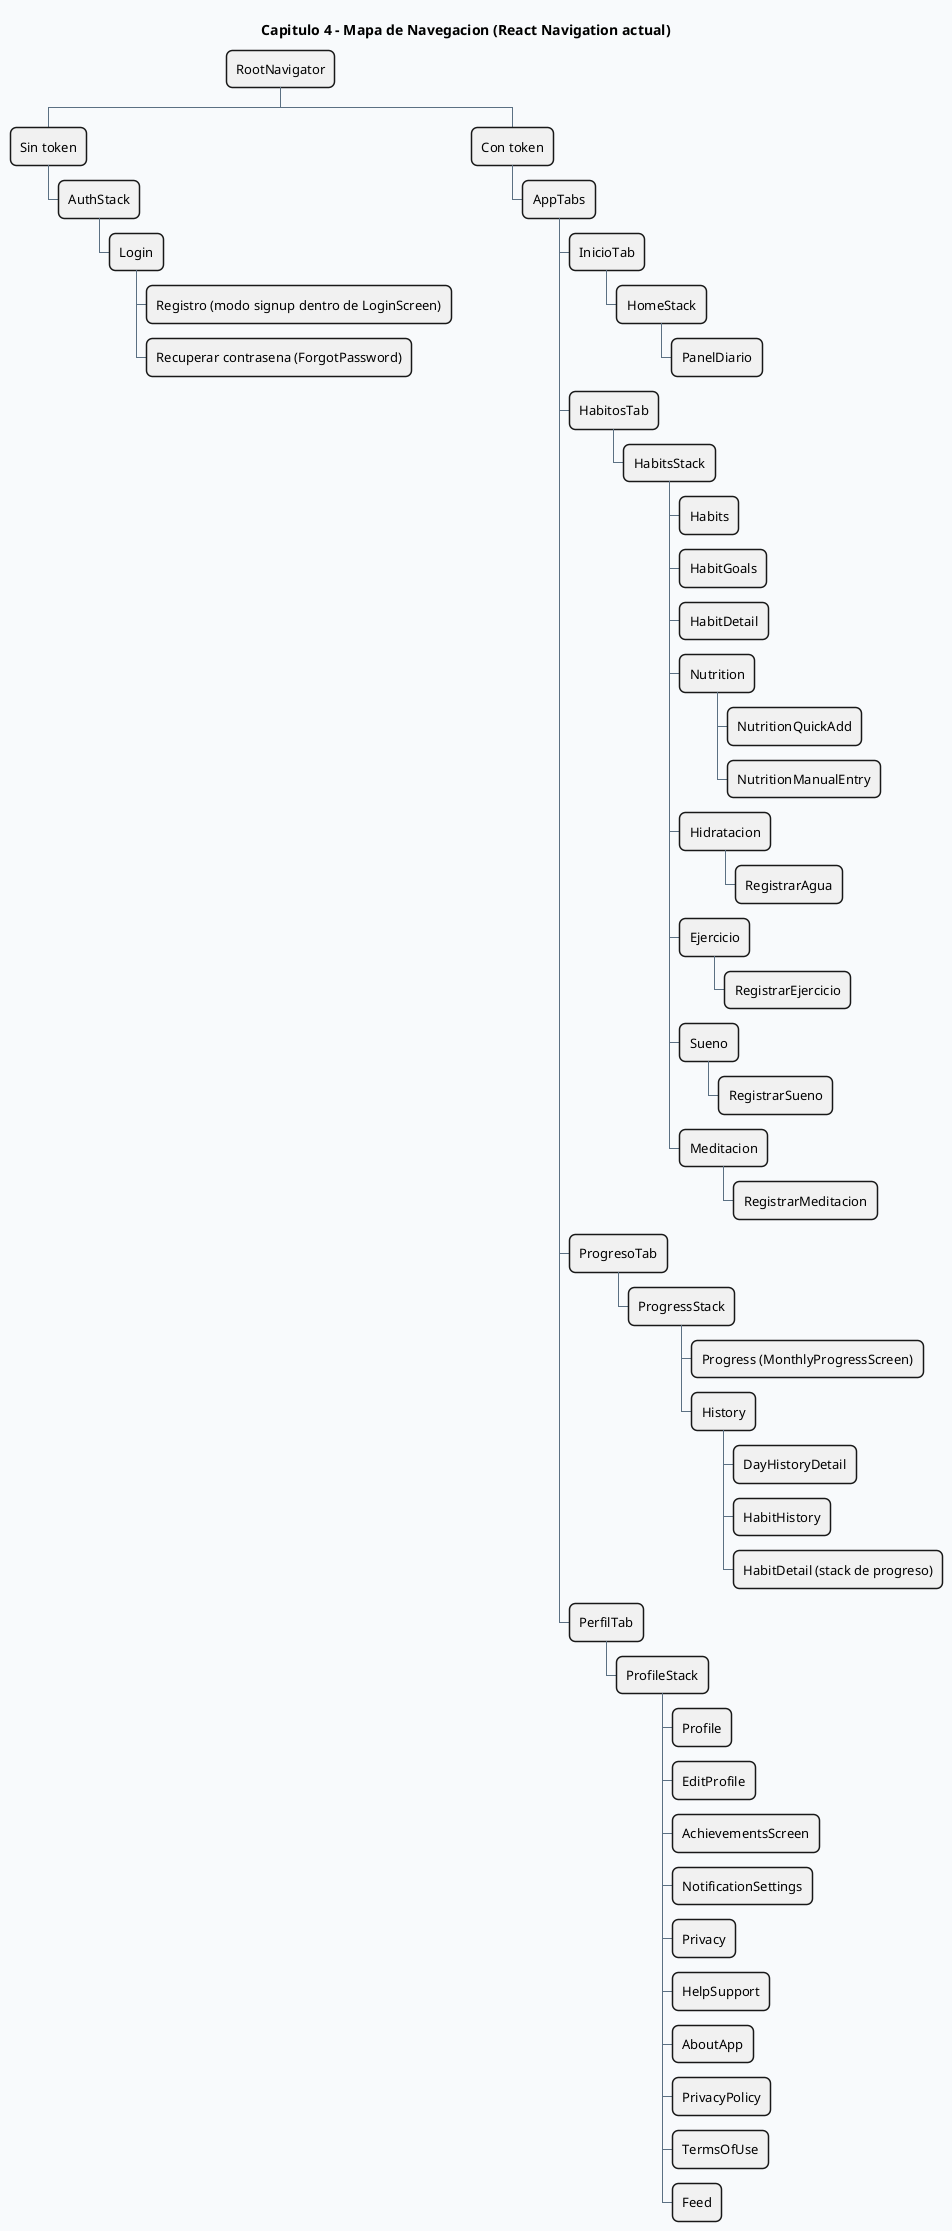
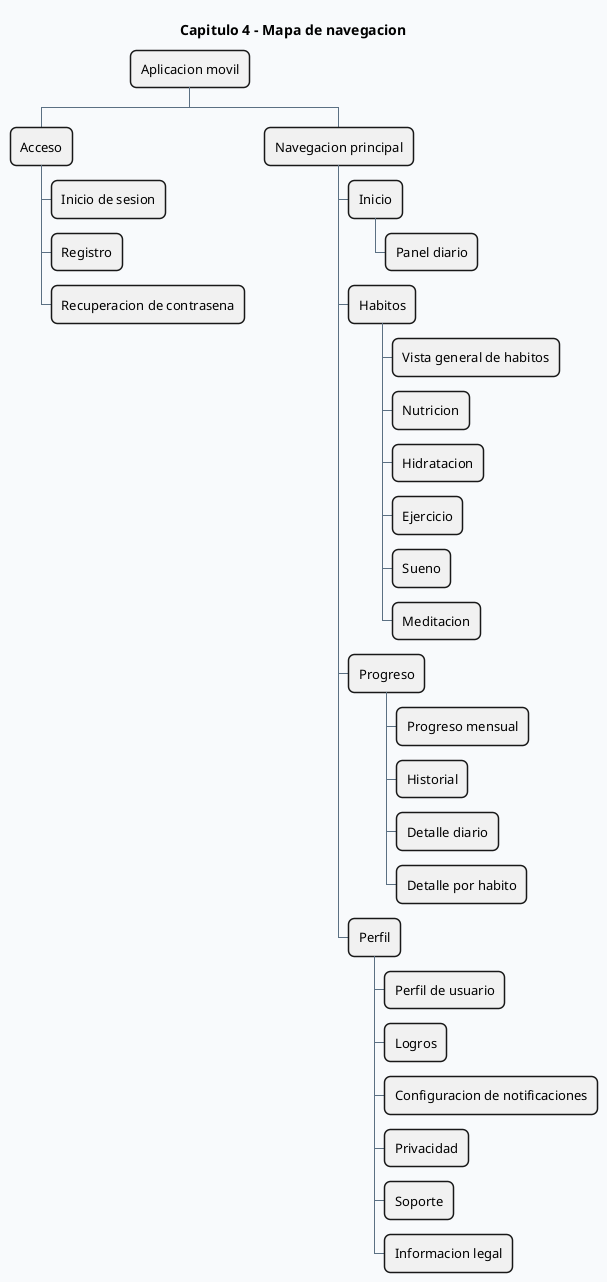
- ﻿@startwbs
+ @startwbs
' CAP4 - 07 Mapa de Navegacion

skinparam backgroundColor #F8FAFC
skinparam shadowing false
skinparam roundcorner 12
skinparam defaultFontName Segoe UI
skinparam defaultFontSize 13
skinparam ArrowColor #5B7083
skinparam ArrowThickness 1
- skinparam noteBackgroundColor #FFF9E6
- skinparam noteBorderColor #D7C58A
+ title Capitulo 4 - Mapa de navegacion

- title Capitulo 4 - Mapa de Navegacion (React Navigation actual)
+ * Aplicacion movil
+ ** Acceso
+ *** Inicio de sesion
+ *** Registro
+ *** Recuperacion de contrasena

- * RootNavigator
- ** Sin token
- *** AuthStack
- **** Login
- ***** Registro (modo signup dentro de LoginScreen)
- ***** Recuperar contrasena (ForgotPassword)
- ** Con token
- *** AppTabs
- **** InicioTab
- ***** HomeStack
- ****** PanelDiario
- **** HabitosTab
- ***** HabitsStack
- ****** Habits
- ****** HabitGoals
- ****** HabitDetail
- ****** Nutrition
- ******* NutritionQuickAdd
- ******* NutritionManualEntry
- ****** Hidratacion
- ******* RegistrarAgua
- ****** Ejercicio
- ******* RegistrarEjercicio
- ****** Sueno
- ******* RegistrarSueno
- ****** Meditacion
- ******* RegistrarMeditacion
- **** ProgresoTab
- ***** ProgressStack
- ****** Progress (MonthlyProgressScreen)
- ****** History
- ******* DayHistoryDetail
- ******* HabitHistory
- ******* HabitDetail (stack de progreso)
- **** PerfilTab
- ***** ProfileStack
- ****** Profile
- ****** EditProfile
- ****** AchievementsScreen
- ****** NotificationSettings
- ****** Privacy
- ****** HelpSupport
- ****** AboutApp
- ****** PrivacyPolicy
- ****** TermsOfUse
- ****** Feed
- /'
- note right
- Fuente: RootNavigator + AppTabs + AuthStack +
- HomeStack + HabitsStack + ProgressStack + ProfileStack.
- end note
+ ** Navegacion principal
+ *** Inicio
+ **** Panel diario

- note bottom
- El tab bar se oculta en rutas no raiz segun shouldHideTabBar()
- de AppTabs (por ejemplo EditProfile, AchievementsScreen, etc.).
- end note
- '/
+ *** Habitos
+ **** Vista general de habitos
+ **** Nutricion
+ **** Hidratacion
+ **** Ejercicio
+ **** Sueno
+ **** Meditacion

+ *** Progreso
+ **** Progreso mensual
+ **** Historial
+ **** Detalle diario
+ **** Detalle por habito
+ 
+ *** Perfil
+ **** Perfil de usuario
+ **** Logros
+ **** Configuracion de notificaciones
+ **** Privacidad
+ **** Soporte
+ **** Informacion legal
@endwbs
